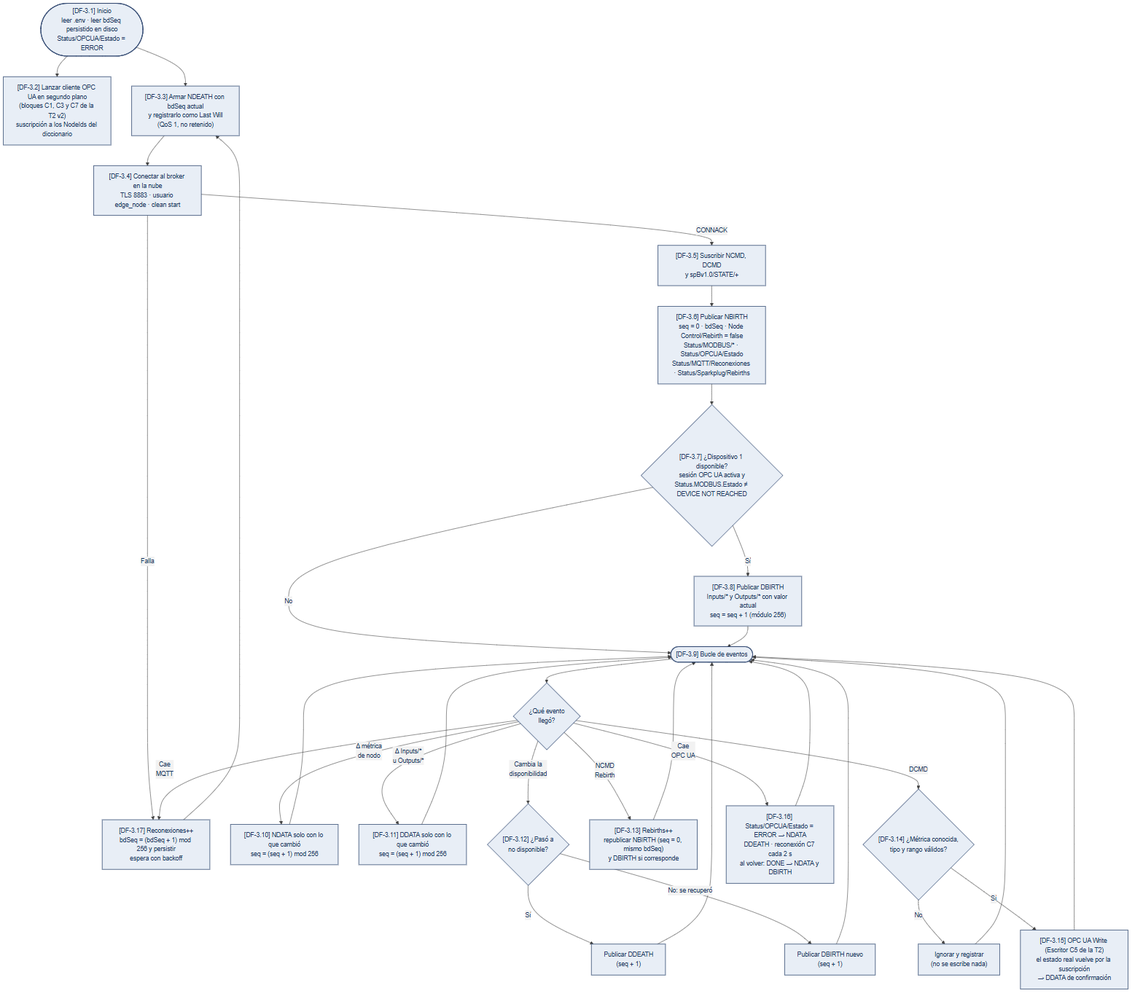
The Mermaid diagram tarea-3/docs/diagramas/flujo-edge-node.png in bevilacquafrancisco/protocolos-comunicaciones-industriales, before a commit. Its source is kept beside it as tarea-3/docs/diagramas/flujo-edge-node.mmd.
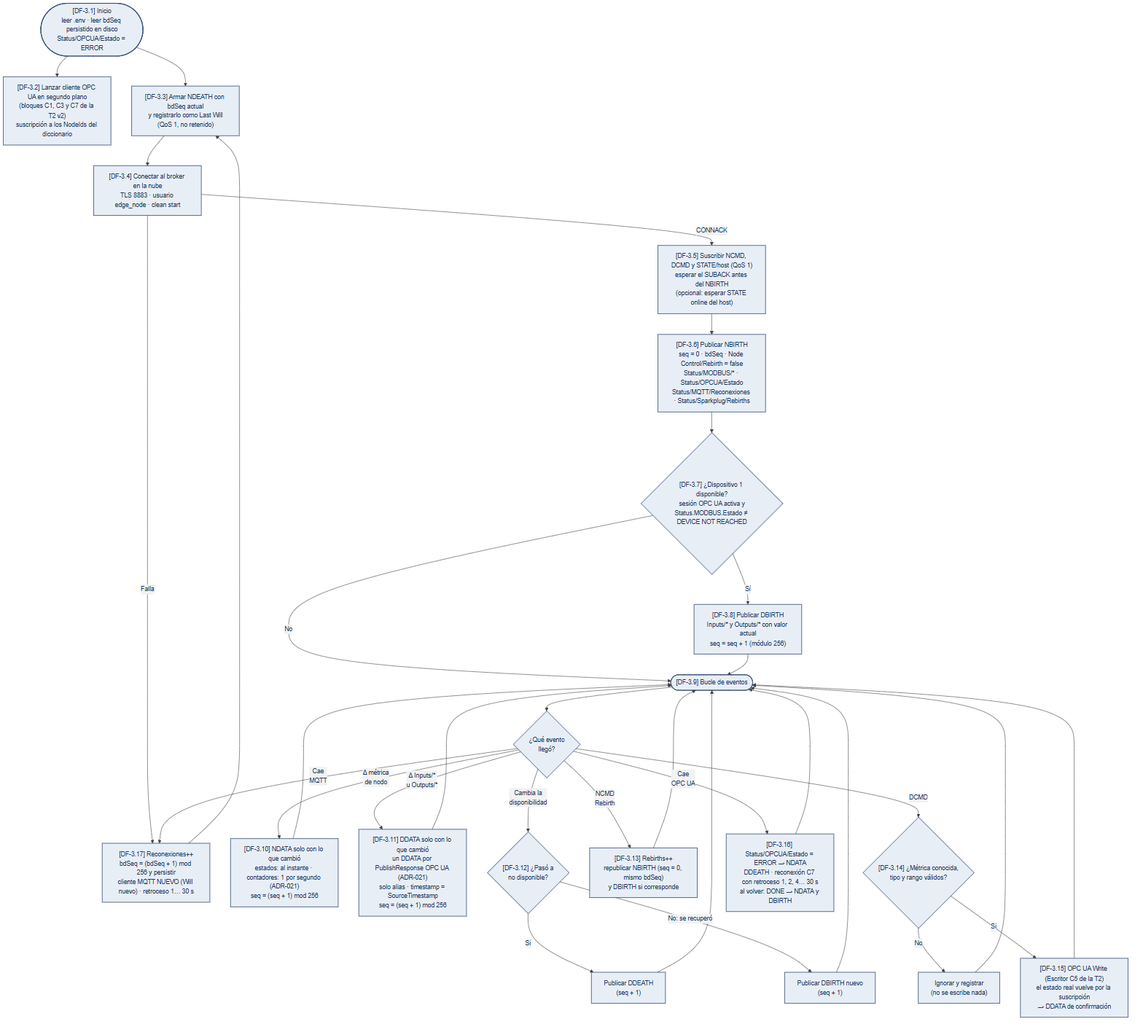
After the commit.

What changed in the source:
```diff
@@ -4,7 +4,7 @@
     A --> C["[DF-3.3] Armar NDEATH con bdSeq actual<br/>y registrarlo como Last Will<br/>(QoS 1, no retenido)"]
     C --> D["[DF-3.4] Conectar al broker en la nube<br/>TLS 8883 · usuario edge_node · clean start"]
     D -- "Falla" --> RC
-    D -- "CONNACK" --> E["[DF-3.5] Suscribir NCMD, DCMD<br/>y spBv1.0/STATE/+"]
+    D -- "CONNACK" --> E["[DF-3.5] Suscribir NCMD, DCMD y STATE/host (QoS 1)<br/>esperar el SUBACK antes del NBIRTH<br/>(opcional: esperar STATE online del host)"]
     E --> F["[DF-3.6] Publicar NBIRTH<br/>seq = 0 · bdSeq · Node Control/Rebirth = false<br/>Status/MODBUS/* · Status/OPCUA/Estado<br/>Status/MQTT/Reconexiones · Status/Sparkplug/Rebirths"]
     F --> G{"[DF-3.7] ¿Dispositivo 1 disponible?<br/>sesión OPC UA activa y<br/>Status.MODBUS.Estado ≠ DEVICE NOT REACHED"}
     G -- Sí --> H["[DF-3.8] Publicar DBIRTH<br/>Inputs/* y Outputs/* con valor actual<br/>seq = seq + 1 (módulo 256)"]
@@ -12,8 +12,8 @@
     H --> L
 
     L(["[DF-3.9] Bucle de eventos"]) --> EV{"¿Qué evento<br/>llegó?"}
-    EV -- "Δ métrica<br/>de nodo" --> N1["[DF-3.10] NDATA solo con lo que cambió<br/>seq = (seq + 1) mod 256"]
-    EV -- "Δ Inputs/*<br/>u Outputs/*" --> N2["[DF-3.11] DDATA solo con lo que cambió<br/>seq = (seq + 1) mod 256"]
+    EV -- "Δ métrica<br/>de nodo" --> N1["[DF-3.10] NDATA solo con lo que cambió<br/>estados: al instante · contadores: 1 por segundo (ADR-021)<br/>seq = (seq + 1) mod 256"]
+    EV -- "Δ Inputs/*<br/>u Outputs/*" --> N2["[DF-3.11] DDATA solo con lo que cambió<br/>un DDATA por PublishResponse OPC UA (ADR-021)<br/>solo alias · timestamp = SourceTimestamp<br/>seq = (seq + 1) mod 256"]
     EV -- "Cambia la<br/>disponibilidad" --> N3{"[DF-3.12] ¿Pasó a<br/>no disponible?"}
     N3 -- Sí --> DD["Publicar DDEATH<br/>(seq + 1)"]
     N3 -- "No: se recuperó" --> DB["Publicar DBIRTH nuevo<br/>(seq + 1)"]
@@ -21,8 +21,8 @@
     EV -- "DCMD" --> CM{"[DF-3.14] ¿Métrica conocida,<br/>tipo y rango válidos?"}
     CM -- No --> CMX["Ignorar y registrar<br/>(no se escribe nada)"]
     CM -- Sí --> CMW["[DF-3.15] OPC UA Write (Escritor C5 de la T2)<br/>el estado real vuelve por la suscripción<br/>→ DDATA de confirmación"]
-    EV -- "Cae<br/>OPC UA" --> OU["[DF-3.16] Status/OPCUA/Estado = ERROR → NDATA<br/>DDEATH · reconexión C7 cada 2 s<br/>al volver: DONE → NDATA y DBIRTH"]
-    EV -- "Cae<br/>MQTT" --> RC["[DF-3.17] Reconexiones++<br/>bdSeq = (bdSeq + 1) mod 256 y persistir<br/>espera con backoff"]
+    EV -- "Cae<br/>OPC UA" --> OU["[DF-3.16] Status/OPCUA/Estado = ERROR → NDATA<br/>DDEATH · reconexión C7 con retroceso 1, 2, 4… 30 s<br/>al volver: DONE → NDATA y DBIRTH"]
+    EV -- "Cae<br/>MQTT" --> RC["[DF-3.17] Reconexiones++<br/>bdSeq = (bdSeq + 1) mod 256 y persistir<br/>cliente MQTT NUEVO (Will nuevo) · retroceso 1… 30 s"]
     RC --> C
     N1 --> L
     N2 --> L
```
